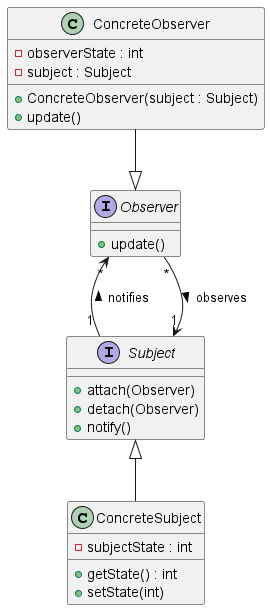
The PlantUML diagram dojo-dungeon/todo-assets/Fragen_Pattern/UML_Klassendiagramm6.png in Dungeon-CampusMinden/Dungeon, before a commit. Source of this version:
```plantuml
@startuml UML_Klassendiagramm6.png
interface Subject {
    + attach(Observer)
    + detach(Observer)
    + notify()
}

interface Observer {
    + update()
}

class ConcreteSubject {
    - subjectState : int
    + getState() : int
    + setState(int)
}

class ConcreteObserver {
    - observerState : int
    - subject : Subject
    + ConcreteObserver(subject : Subject)
    + update()
}

ConcreteObserver --|> Observer
Subject <|-- ConcreteSubject

Observer -[hidden]- Subject
Observer "*" <-- "1" Subject : notifies <
Observer -[hidden]- Subject
Observer "*" --> "1" Subject : observes >
@enduml
```
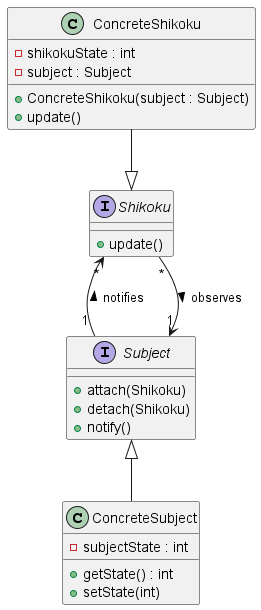
The same diagram one commit later.

Commit message:
modified:   dojo-dungeon/todo-assets/Fragen_Pattern/UML_Klassendiagramm6.png (names fixed) modified:   dojo-dungeon/todo-assets/Fragen_Pattern/UML_Klassendiagramm6_source.pu (names fixed)

Change to the diagram source:
```diff
@@ -1,11 +1,11 @@
 @startuml UML_Klassendiagramm6.png
 interface Subject {
-    + attach(Observer)
-    + detach(Observer)
+    + attach(Shikoku)
+    + detach(Shikoku)
     + notify()
 }
 
-interface Observer {
+interface Shikoku {
     + update()
 }
 
@@ -15,18 +15,18 @@
     + setState(int)
 }
 
-class ConcreteObserver {
-    - observerState : int
+class ConcreteShikoku {
+    - shikokuState : int
     - subject : Subject
-    + ConcreteObserver(subject : Subject)
+    + ConcreteShikoku(subject : Subject)
     + update()
 }
 
-ConcreteObserver --|> Observer
+ConcreteShikoku --|> Shikoku
 Subject <|-- ConcreteSubject
 
-Observer -[hidden]- Subject
-Observer "*" <-- "1" Subject : notifies <
-Observer -[hidden]- Subject
-Observer "*" --> "1" Subject : observes >
+Shikoku -[hidden]- Subject
+Shikoku "*" <-- "1" Subject : notifies <
+Shikoku -[hidden]- Subject
+Shikoku "*" --> "1" Subject : observes >
 @enduml
```
